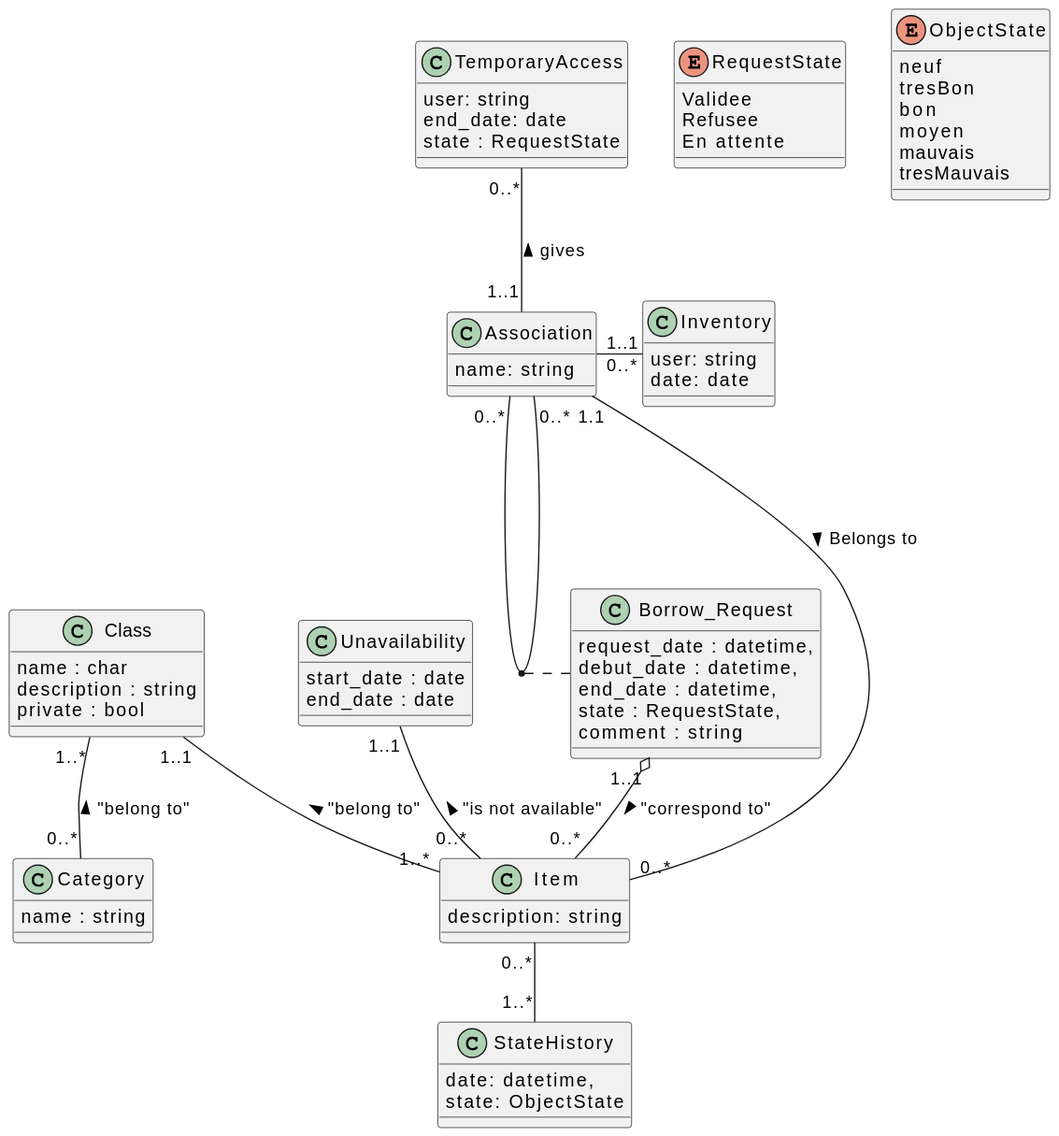
Above: Conception/UML_V4.svg in myrtmyrt/Bobby (PlantUML), before the change.
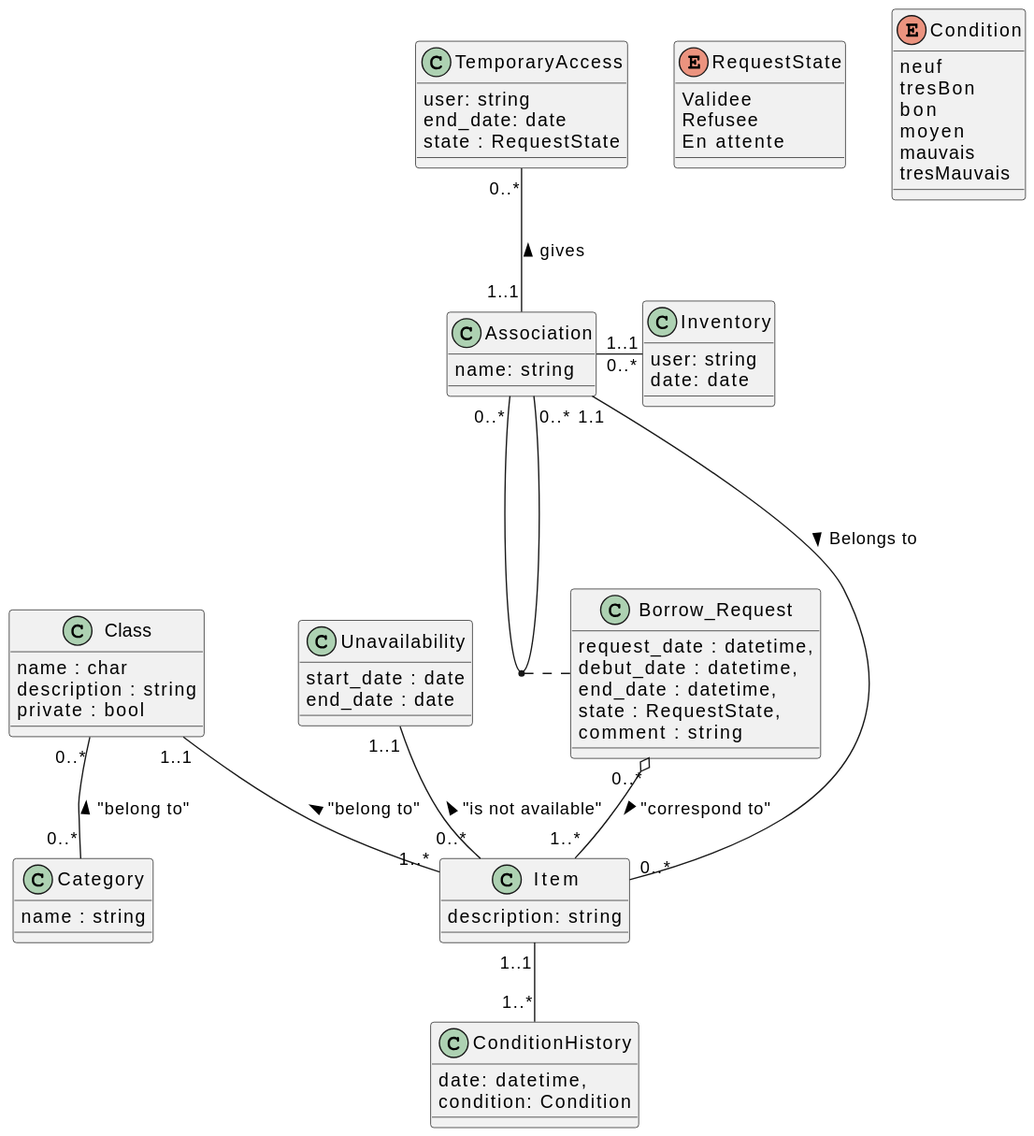
The same file after the commit.

What changed in the source:
```diff
@@ -5,7 +5,7 @@
     En attente
 }
 
-enum ObjectState{
+enum Condition{
     neuf
     tresBon
     bon
@@ -14,9 +14,9 @@
     tresMauvais
 }
 
-class StateHistory{
+class ConditionHistory{
     date: datetime,
-    state: ObjectState
+    condition: Condition
 }
 
 class TemporaryAccess{
@@ -62,8 +62,8 @@
 }
 
 Class  "1..1" --  "1..*" Item : "belong to" <
-Borrow_Request "1..1" o-- "0..*" Item : "correspond to" >
-Class "1..*" -- "0..*" Category : "belong to" <
+Borrow_Request "0..*" o-- "1..*" Item : "correspond to" >
+Class "0..*" -- "0..*" Category : "belong to" <
 Unavailability "1..1" -- "0..*" Item : "is not available" <
 TemporaryAccess "0..*" -- "1..1" Association : gives <
 Association "1..1" - "0..*" Inventory
@@ -71,5 +71,5 @@
 Association "0..*" --- "0..*" Association
 (Association, Association) . Borrow_Request
 
-Item "0..*" -- "1..*" StateHistory
+Item "1..1" -- "1..*" ConditionHistory
 @enduml
```
